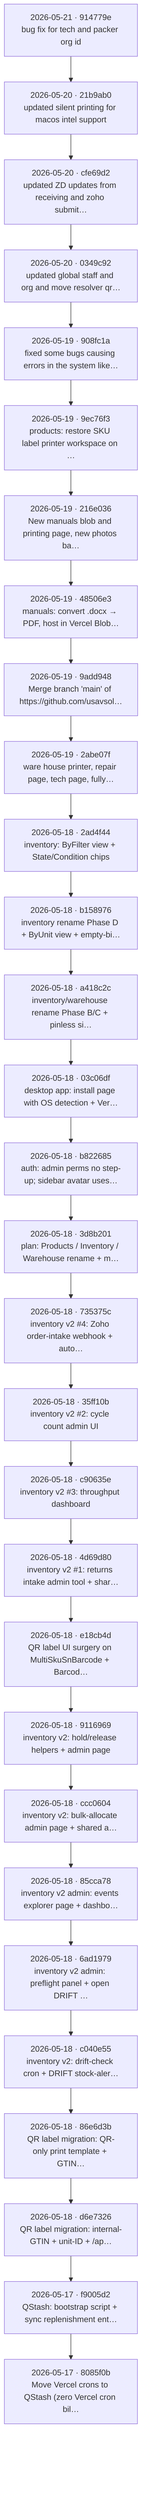
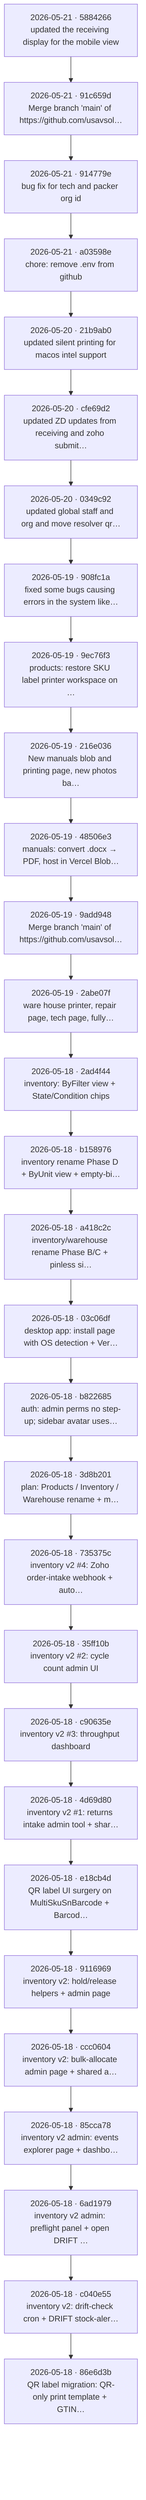
flowchart TB
-   c0["2026-05-21 · 914779e<br/>bug fix for tech and packer org id"]
-   c1["2026-05-20 · 21b9ab0<br/>updated silent printing for macos intel support"]
+   c0["2026-05-21 · 5884266<br/>updated the receiving display for the mobile view"]
+   c1["2026-05-21 · 91c659d<br/>Merge branch 'main' of https://github.com/usavsol…"]
  c0 --> c1
-   c2["2026-05-20 · cfe69d2<br/>updated ZD updates from receiving and zoho submit…"]
+   c2["2026-05-21 · 914779e<br/>bug fix for tech and packer org id"]
  c1 --> c2
-   c3["2026-05-20 · 0349c92<br/>updated global staff and org and move resolver qr…"]
+   c3["2026-05-21 · a03598e<br/>chore: remove .env from github"]
  c2 --> c3
-   c4["2026-05-19 · 908fc1a<br/>fixed some bugs causing errors in the system like…"]
+   c4["2026-05-20 · 21b9ab0<br/>updated silent printing for macos intel support"]
  c3 --> c4
-   c5["2026-05-19 · 9ec76f3<br/>products: restore SKU label printer workspace on …"]
+   c5["2026-05-20 · cfe69d2<br/>updated ZD updates from receiving and zoho submit…"]
  c4 --> c5
-   c6["2026-05-19 · 216e036<br/>New manuals blob and printing page, new photos ba…"]
+   c6["2026-05-20 · 0349c92<br/>updated global staff and org and move resolver qr…"]
  c5 --> c6
-   c7["2026-05-19 · 48506e3<br/>manuals: convert .docx → PDF, host in Vercel Blob…"]
+   c7["2026-05-19 · 908fc1a<br/>fixed some bugs causing errors in the system like…"]
  c6 --> c7
-   c8["2026-05-19 · 9add948<br/>Merge branch 'main' of https://github.com/usavsol…"]
+   c8["2026-05-19 · 9ec76f3<br/>products: restore SKU label printer workspace on …"]
  c7 --> c8
-   c9["2026-05-19 · 2abe07f<br/>ware house printer, repair page, tech page, fully…"]
+   c9["2026-05-19 · 216e036<br/>New manuals blob and printing page, new photos ba…"]
  c8 --> c9
-   c10["2026-05-18 · 2ad4f44<br/>inventory: ByFilter view + State/Condition chips"]
+   c10["2026-05-19 · 48506e3<br/>manuals: convert .docx → PDF, host in Vercel Blob…"]
  c9 --> c10
-   c11["2026-05-18 · b158976<br/>inventory rename Phase D + ByUnit view + empty-bi…"]
+   c11["2026-05-19 · 9add948<br/>Merge branch 'main' of https://github.com/usavsol…"]
  c10 --> c11
-   c12["2026-05-18 · a418c2c<br/>inventory/warehouse rename Phase B/C + pinless si…"]
+   c12["2026-05-19 · 2abe07f<br/>ware house printer, repair page, tech page, fully…"]
  c11 --> c12
-   c13["2026-05-18 · 03c06df<br/>desktop app: install page with OS detection + Ver…"]
+   c13["2026-05-18 · 2ad4f44<br/>inventory: ByFilter view + State/Condition chips"]
  c12 --> c13
-   c14["2026-05-18 · b822685<br/>auth: admin perms no step-up; sidebar avatar uses…"]
+   c14["2026-05-18 · b158976<br/>inventory rename Phase D + ByUnit view + empty-bi…"]
  c13 --> c14
-   c15["2026-05-18 · 3d8b201<br/>plan: Products / Inventory / Warehouse rename + m…"]
+   c15["2026-05-18 · a418c2c<br/>inventory/warehouse rename Phase B/C + pinless si…"]
  c14 --> c15
-   c16["2026-05-18 · 735375c<br/>inventory v2 #4: Zoho order-intake webhook + auto…"]
+   c16["2026-05-18 · 03c06df<br/>desktop app: install page with OS detection + Ver…"]
  c15 --> c16
-   c17["2026-05-18 · 35ff10b<br/>inventory v2 #2: cycle count admin UI"]
+   c17["2026-05-18 · b822685<br/>auth: admin perms no step-up; sidebar avatar uses…"]
  c16 --> c17
-   c18["2026-05-18 · c90635e<br/>inventory v2 #3: throughput dashboard"]
+   c18["2026-05-18 · 3d8b201<br/>plan: Products / Inventory / Warehouse rename + m…"]
  c17 --> c18
-   c19["2026-05-18 · 4d69d80<br/>inventory v2 #1: returns intake admin tool + shar…"]
+   c19["2026-05-18 · 735375c<br/>inventory v2 #4: Zoho order-intake webhook + auto…"]
  c18 --> c19
-   c20["2026-05-18 · e18cb4d<br/>QR label UI surgery on MultiSkuSnBarcode + Barcod…"]
+   c20["2026-05-18 · 35ff10b<br/>inventory v2 #2: cycle count admin UI"]
  c19 --> c20
-   c21["2026-05-18 · 9116969<br/>inventory v2: hold/release helpers + admin page"]
+   c21["2026-05-18 · c90635e<br/>inventory v2 #3: throughput dashboard"]
  c20 --> c21
-   c22["2026-05-18 · ccc0604<br/>inventory v2: bulk-allocate admin page + shared a…"]
+   c22["2026-05-18 · 4d69d80<br/>inventory v2 #1: returns intake admin tool + shar…"]
  c21 --> c22
-   c23["2026-05-18 · 85cca78<br/>inventory v2 admin: events explorer page + dashbo…"]
+   c23["2026-05-18 · e18cb4d<br/>QR label UI surgery on MultiSkuSnBarcode + Barcod…"]
  c22 --> c23
-   c24["2026-05-18 · 6ad1979<br/>inventory v2 admin: preflight panel + open DRIFT …"]
+   c24["2026-05-18 · 9116969<br/>inventory v2: hold/release helpers + admin page"]
  c23 --> c24
-   c25["2026-05-18 · c040e55<br/>inventory v2: drift-check cron + DRIFT stock-aler…"]
+   c25["2026-05-18 · ccc0604<br/>inventory v2: bulk-allocate admin page + shared a…"]
  c24 --> c25
-   c26["2026-05-18 · 86e6d3b<br/>QR label migration: QR-only print template + GTIN…"]
+   c26["2026-05-18 · 85cca78<br/>inventory v2 admin: events explorer page + dashbo…"]
  c25 --> c26
-   c27["2026-05-18 · d6e7326<br/>QR label migration: internal-GTIN + unit-ID + /ap…"]
+   c27["2026-05-18 · 6ad1979<br/>inventory v2 admin: preflight panel + open DRIFT …"]
  c26 --> c27
-   c28["2026-05-17 · f9005d2<br/>QStash: bootstrap script + sync replenishment ent…"]
+   c28["2026-05-18 · c040e55<br/>inventory v2: drift-check cron + DRIFT stock-aler…"]
  c27 --> c28
-   c29["2026-05-17 · 8085f0b<br/>Move Vercel crons to QStash (zero Vercel cron bil…"]
+   c29["2026-05-18 · 86e6d3b<br/>QR label migration: QR-only print template + GTIN…"]
  c28 --> c29